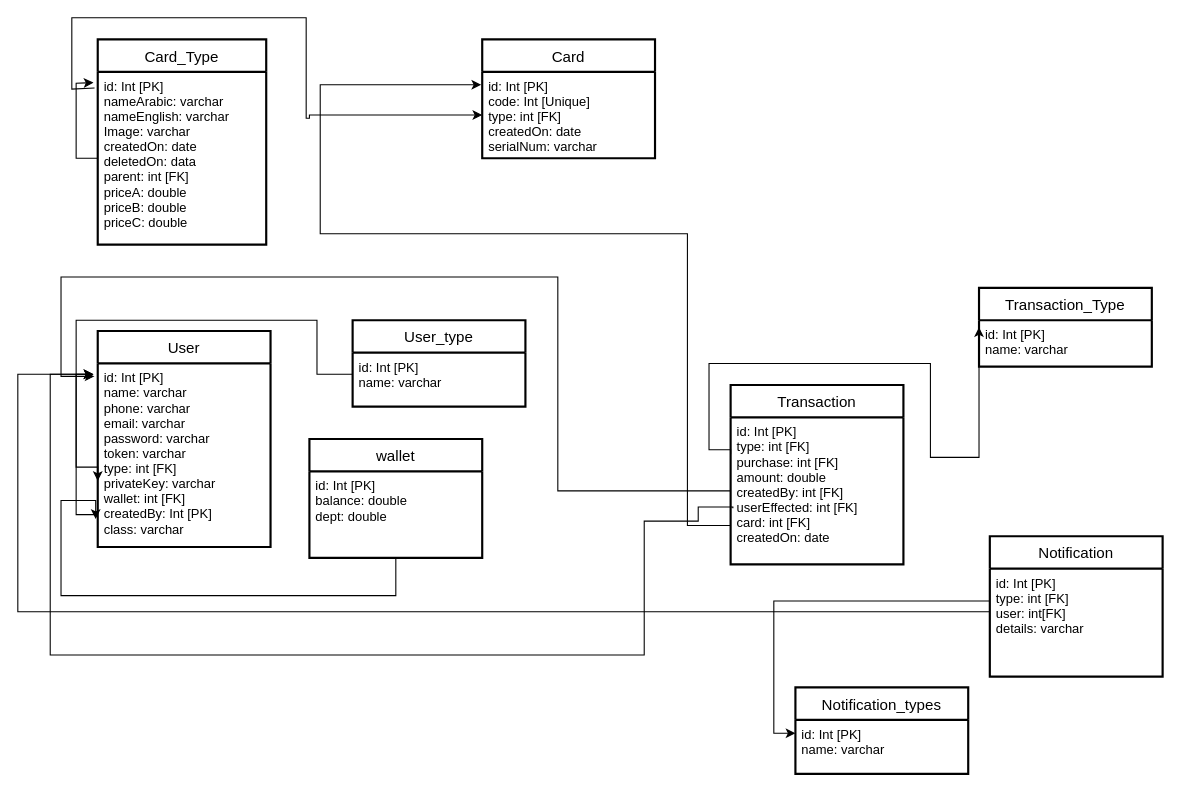
This is src/diagrams/database.drawio from Ibrahimrahhal/Betakatcom-BE, a draw.io file, before an edit. Source tidied: cells renumbered, new cells numbered last; positions are measured from the earlier drawing's top-left corner, leaving out a move shared by most shapes. Both pictures are drawn from the tidied source at 108%, with x=0, y=0 at pixel (17, 17).
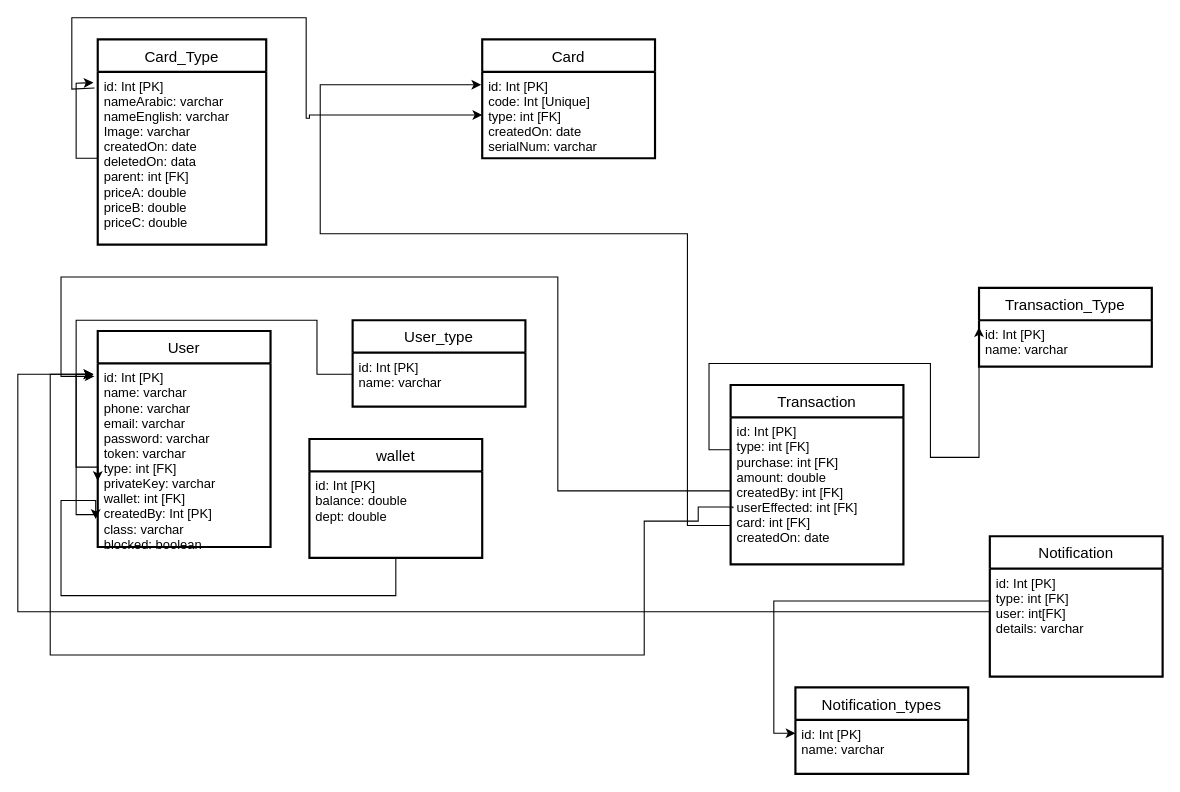
The same page after the edit.

Unchanged cells that the change refers to:
```xml
<mxCell id="7" value="User" style="swimlane;horizontal=1;startSize=30;rounded=1;fontSize=14;fontStyle=0;strokeWidth=2;shadow=0;dashed=0;align=center;arcSize=0;" parent="1" vertex="1">
  <mxGeometry x="74" y="290" width="160" height="200" as="geometry" />
</mxCell>
```

What changed in the source:
```diff
@@
-    <mxCell id="8" value="id: Int [PK]&#10;name: varchar&#10;phone: varchar&#10;email: varchar&#10;password: varchar&#10;token: varchar&#10;type: int [FK]&#10;privateKey: varchar&#10;wallet: int [FK]&#10;createdBy: Int [PK]&#10;class: varchar&#10;&#10;" style="align=left;strokeColor=none;fillColor=none;spacingLeft=4;fontSize=12;verticalAlign=top;" parent="7" vertex="1">
+    <mxCell id="8" value="id: Int [PK]&#10;name: varchar&#10;phone: varchar&#10;email: varchar&#10;password: varchar&#10;token: varchar&#10;type: int [FK]&#10;privateKey: varchar&#10;wallet: int [FK]&#10;createdBy: Int [PK]&#10;class: varchar&#10;blocked: boolean&#10;&#10;" style="align=left;strokeColor=none;fillColor=none;spacingLeft=4;fontSize=12;verticalAlign=top;" parent="7" vertex="1">
       <mxGeometry y="30" width="160" height="170" as="geometry" />
     </mxCell>
```
